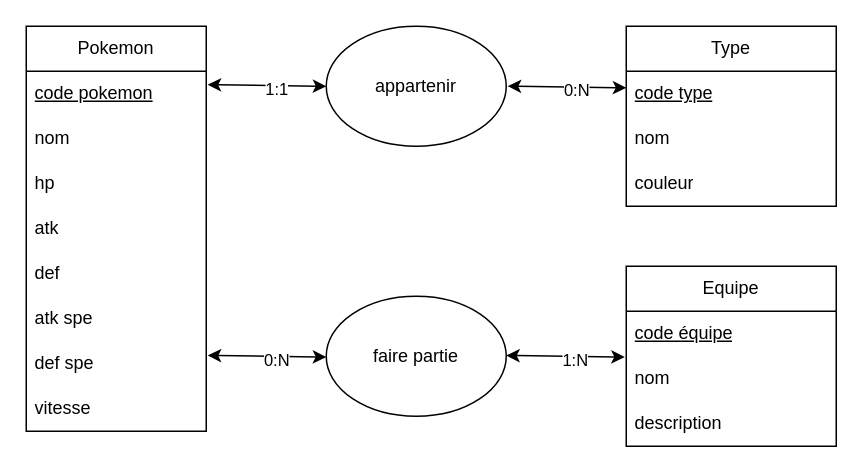
Earlier version of the draw.io diagram docs/data/MCD.drawio (VioletteH/Opokedex). Source tidied: cells renumbered, new cells numbered last; positions are measured from the earlier drawing's top-left corner, leaving out a move shared by most shapes. Both pictures are drawn from the tidied source at 150%, with x=0, y=0 at pixel (26, 26).
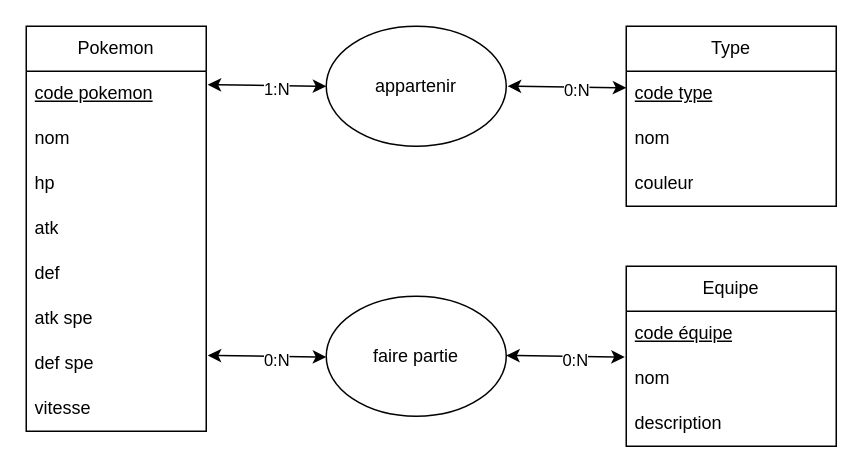
The same page after the edit.

The change refers to these unchanged cells:
```xml
<mxCell id="20" style="endArrow=classic;startArrow=classic;html=1;exitX=1.008;exitY=0.3;exitDx=0;exitDy=0;entryX=0;entryY=0.5;entryDx=0;entryDy=0;exitPerimeter=0;" parent="1" edge="1" source="3" target="19">
  <mxGeometry relative="1" as="geometry" />
</mxCell>
<mxCell id="27" style="endArrow=classic;startArrow=classic;html=1;exitX=1.008;exitY=0.3;exitDx=0;exitDy=0;entryX=0;entryY=0.5;entryDx=0;entryDy=0;exitPerimeter=0;" parent="1" edge="1">
  <mxGeometry relative="1" as="geometry">
    <mxPoint x="320" y="219.5" as="sourcePoint" />
    <mxPoint x="399" y="220.5" as="targetPoint" />
  </mxGeometry>
</mxCell>
```

Change to the diagram source:
```diff
@@
-    <mxCell id="21" value="1:1" style="edgeLabel;html=1;align=center;verticalAlign=middle;" parent="20" vertex="1">
+    <mxCell id="21" value="1:N" style="edgeLabel;html=1;align=center;verticalAlign=middle;" parent="20" vertex="1">
       <mxGeometry x="0.17" y="-2" relative="1" as="geometry" />
     </mxCell>
@@
-    <mxCell id="28" value="1:N" style="edgeLabel;html=1;align=center;verticalAlign=middle;" parent="27" vertex="1">
+    <mxCell id="28" value="0:N" style="edgeLabel;html=1;align=center;verticalAlign=middle;" parent="27" vertex="1">
       <mxGeometry x="0.17" y="-2" relative="1" as="geometry" />
     </mxCell>
```
